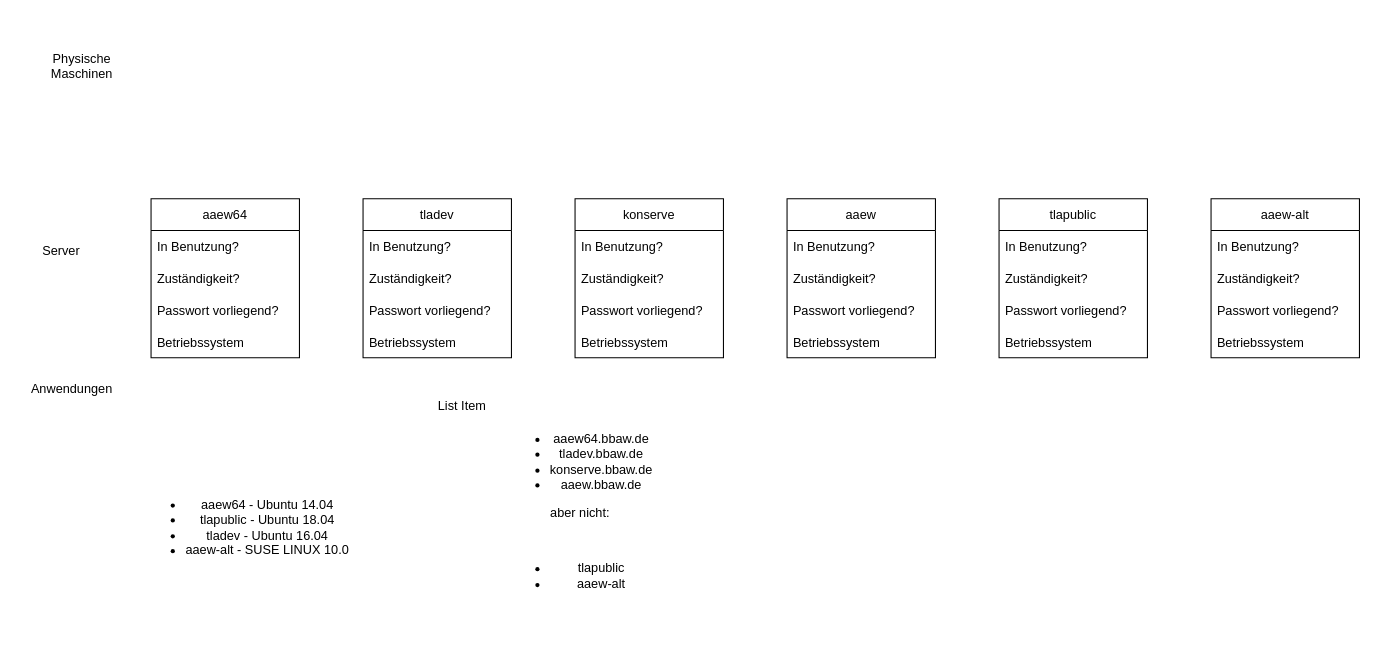
RDBloese/RDomeB.github.io keeps this draw.io diagram as Untitled Diagram.drawio. Above is the earlier version. Source tidied: cells renumbered, new cells numbered last; positions are measured from the earlier drawing's top-left corner, leaving out a move shared by most shapes. Both pictures are drawn from the tidied source at 106%, with x=0, y=0 at pixel (23, 18).
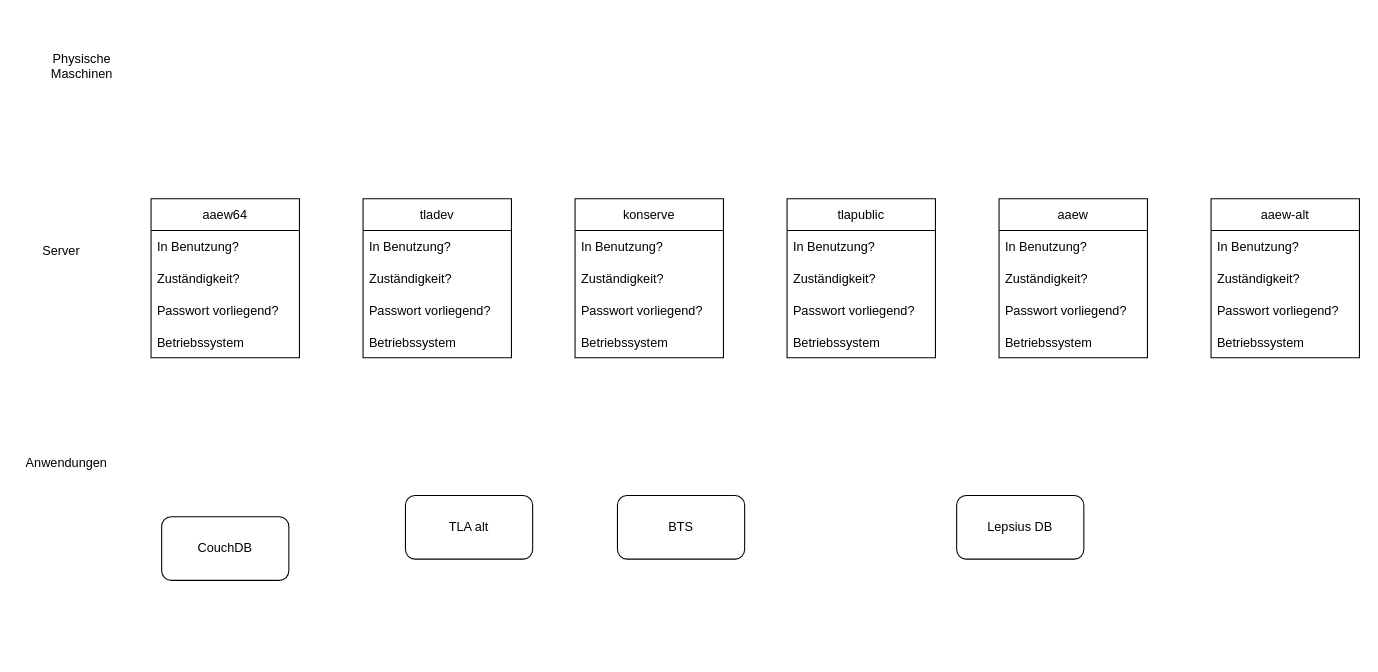
The same diagram, later.

Change to the diagram source:
```diff
@@
-    <mxCell id="2" value="&lt;ul class=&quot;markdown__list&quot;&gt;&lt;li&gt;&lt;span&gt;aaew64.bbaw.de&lt;/span&gt;&lt;/li&gt;&lt;li&gt;&lt;span&gt;tladev.bbaw.de&lt;/span&gt;&lt;/li&gt;&lt;li&gt;&lt;span&gt;konserve.bbaw.de&lt;/span&gt;&lt;/li&gt;&lt;li&gt;&lt;span&gt;aaew.bbaw.de&lt;/span&gt;&lt;/li&gt;&lt;/ul&gt;&lt;p&gt;aber nicht:&lt;/p&gt;&lt;br/&gt;&lt;ul class=&quot;markdown__list&quot;&gt;&lt;li&gt;&lt;span&gt;tlapublic&lt;/span&gt;&lt;/li&gt;&lt;li&gt;&lt;span&gt;aaew-alt&lt;/span&gt;&lt;/li&gt;&lt;/ul&gt;" style="text;html=1;strokeColor=none;fillColor=none;align=center;verticalAlign=middle;whiteSpace=wrap;rounded=0;" parent="1" vertex="1">
-      <mxGeometry x="395" y="350" width="260" height="230" as="geometry" />
-    </mxCell>
-    <mxCell id="3" value="&lt;ul class=&quot;markdown__list&quot;&gt;&lt;li&gt;&lt;span&gt;aaew64 - Ubuntu 14.04&lt;/span&gt;&lt;/li&gt;&lt;li&gt;&lt;span&gt;tlapublic - Ubuntu 18.04&lt;/span&gt;&lt;/li&gt;&lt;li&gt;&lt;span&gt;tladev - Ubuntu 16.04&lt;/span&gt;&lt;/li&gt;&lt;li&gt;&lt;span&gt;aaew-alt - SUSE LINUX 10.0&lt;/span&gt;&lt;/li&gt;&lt;/ul&gt;" style="text;html=1;strokeColor=none;fillColor=none;align=center;verticalAlign=middle;whiteSpace=wrap;rounded=0;" parent="1" vertex="1">
-      <mxGeometry x="20" y="360" width="380" height="240" as="geometry" />
-    </mxCell>
-    <mxCell id="4" value="List Item" style="text;strokeColor=none;fillColor=none;align=left;verticalAlign=middle;spacingLeft=4;spacingRight=4;overflow=hidden;" parent="1" vertex="1">
-      <mxGeometry x="385" y="350" width="80" height="30" as="geometry" />
-    </mxCell>
@@
     <mxCell id="12" value="Anwendungen" style="text;html=1;align=center;verticalAlign=middle;strokeColor=none;fillColor=none;" parent="1" vertex="1">
-      <mxGeometry y="340" width="90" height="20" as="geometry" />
+      <mxGeometry x="-5" y="410" width="90" height="20" as="geometry" />
     </mxCell>
@@
     <mxCell id="23" value="aaew" style="swimlane;fontStyle=0;horizontal=1;startSize=30;" parent="1" vertex="1">
-      <mxGeometry x="720" y="170" width="140" height="150" as="geometry" />
+      <mxGeometry x="920" y="170" width="140" height="150" as="geometry" />
     </mxCell>
@@
     <mxCell id="28" value="tlapublic" style="swimlane;fontStyle=0;horizontal=1;startSize=30;" parent="1" vertex="1">
-      <mxGeometry x="920" y="170" width="140" height="150" as="geometry" />
+      <mxGeometry x="720" y="170" width="140" height="150" as="geometry" />
     </mxCell>
@@
+    <mxCell id="38" value="Lepsius DB" style="rounded=1;whiteSpace=wrap;html=1;" parent="1" vertex="1">
+      <mxGeometry x="880" y="450" width="120" height="60" as="geometry" />
+    </mxCell>
+    <mxCell id="39" value="TLA alt" style="rounded=1;whiteSpace=wrap;html=1;" parent="1" vertex="1">
+      <mxGeometry x="360" y="450" width="120" height="60" as="geometry" />
+    </mxCell>
+    <mxCell id="40" value="BTS" style="rounded=1;whiteSpace=wrap;html=1;" parent="1" vertex="1">
+      <mxGeometry x="560" y="450" width="120" height="60" as="geometry" />
+    </mxCell>
+    <mxCell id="41" value="CouchDB" style="rounded=1;whiteSpace=wrap;html=1;" parent="1" vertex="1">
+      <mxGeometry x="130" y="470" width="120" height="60" as="geometry" />
+    </mxCell>
```
